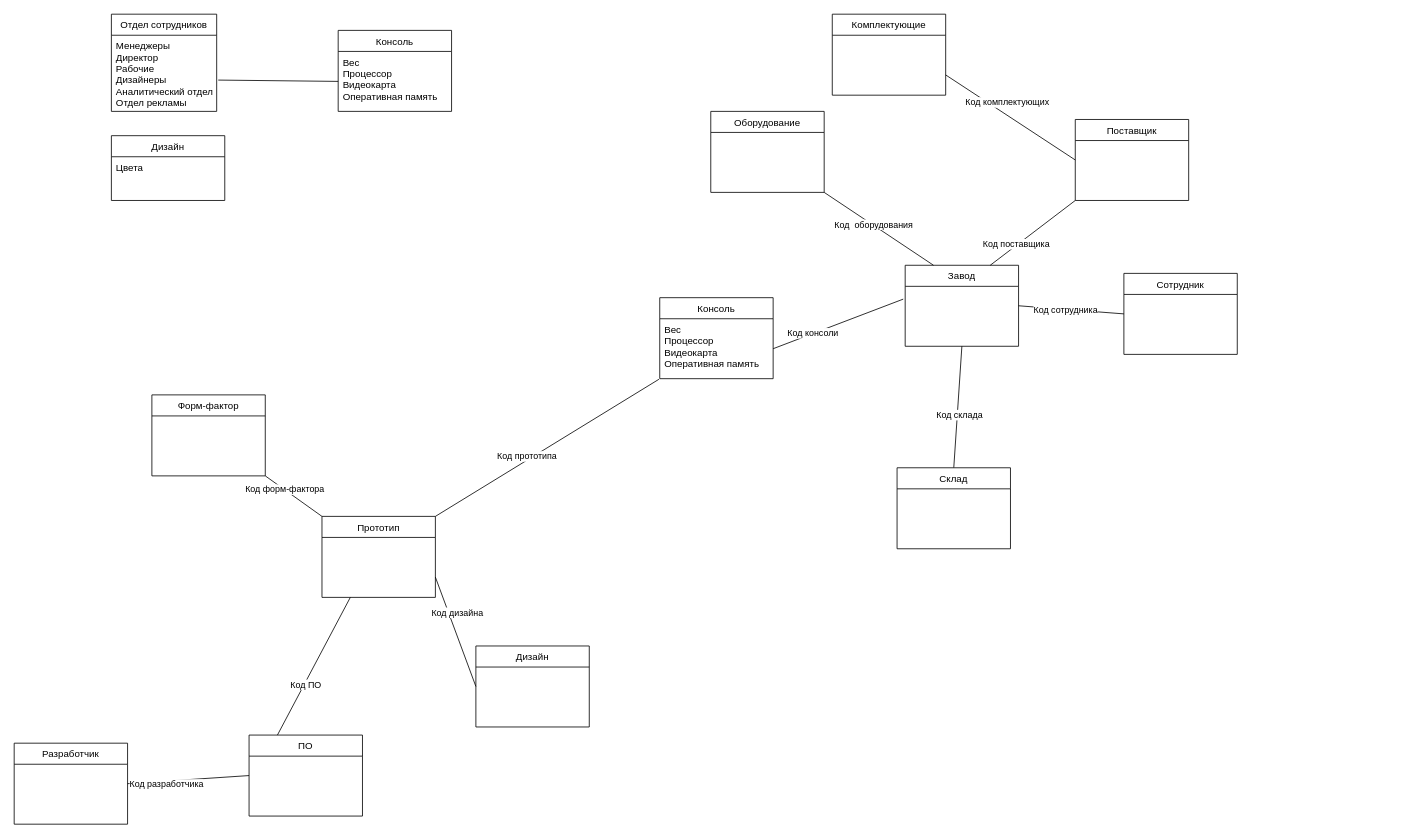
Above: БД.drawio in Merfarion/Diagrams-and-schemes (draw.io), before the change. Source tidied: cells renumbered, new cells numbered last; positions are measured from the earlier drawing's top-left corner, leaving out a move shared by most shapes. Both pictures are drawn from the tidied source at 81%, with x=0, y=0 at pixel (14, 14).
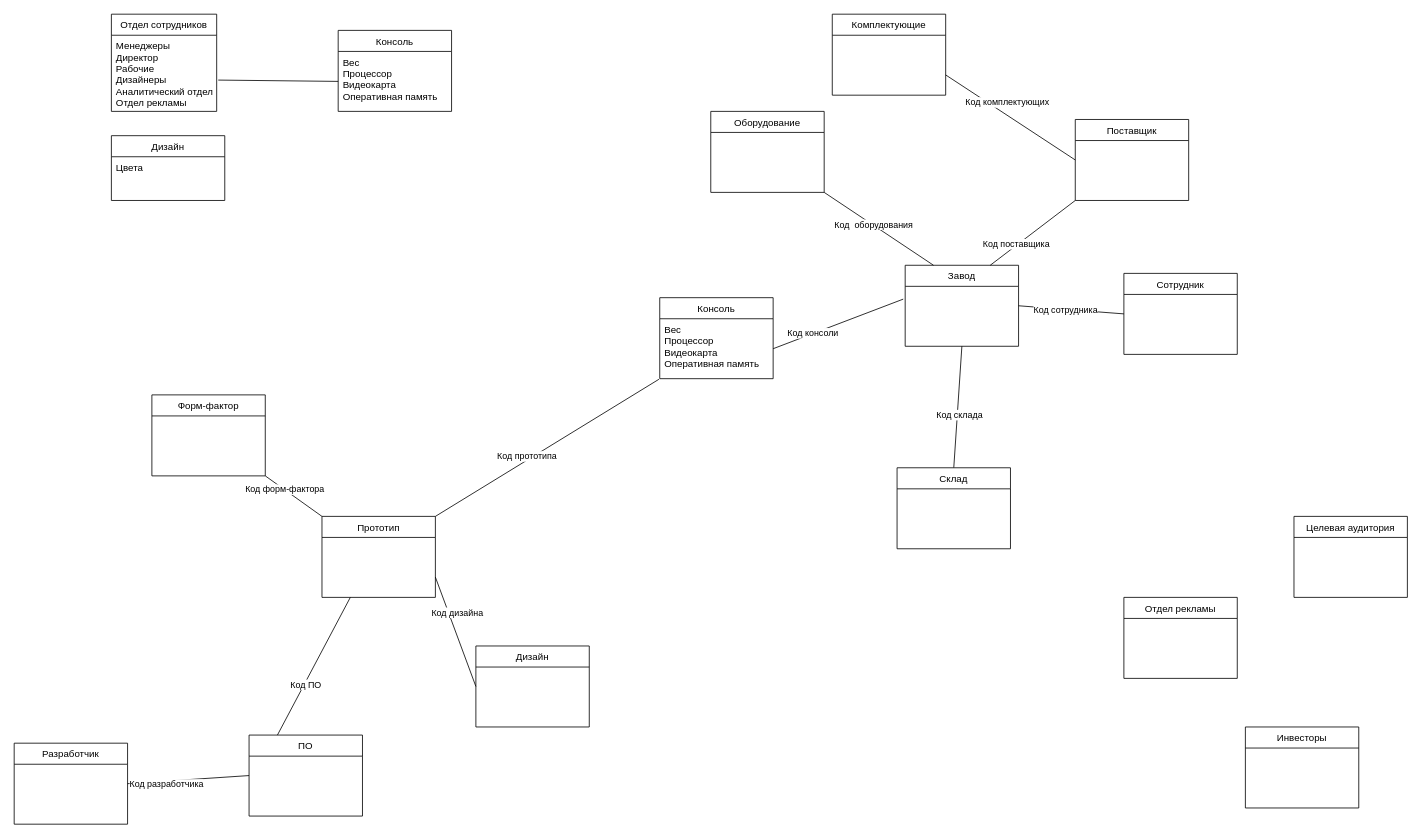
The same page after the edit.

Change to the diagram source:
```diff
@@
+    <mxCell id="44" value="Целевая аудитория" style="swimlane;fontStyle=0;horizontal=1;startSize=26;" parent="1" vertex="1">
+      <mxGeometry x="1580" y="620" width="140" height="100" as="geometry" />
+    </mxCell>
+    <mxCell id="45" value="Отдел рекламы" style="swimlane;fontStyle=0;horizontal=1;startSize=26;" parent="1" vertex="1">
+      <mxGeometry x="1370" y="720" width="140" height="100" as="geometry" />
+    </mxCell>
+    <mxCell id="46" value="Инвесторы" style="swimlane;fontStyle=0;horizontal=1;startSize=26;" parent="1" vertex="1">
+      <mxGeometry x="1520" y="880" width="140" height="100" as="geometry" />
+    </mxCell>
```
